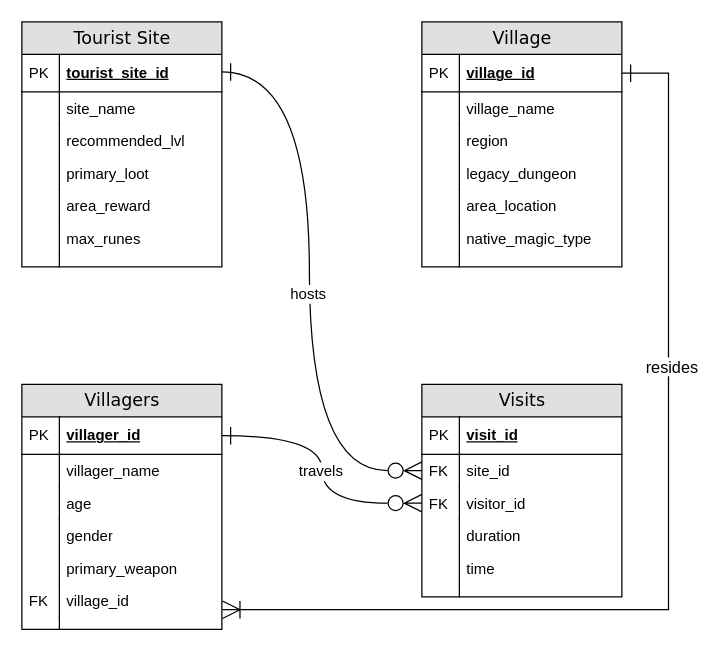
Above: ELDEN RING ERD.drawio in patrickabrena/sql-assignment-3 (draw.io), before the change. Source tidied: cells renumbered, new cells numbered last; positions are measured from the earlier drawing's top-left corner, leaving out a move shared by most shapes. Both pictures are drawn from the tidied source at 125%, with x=0, y=0 at pixel (21, 21).
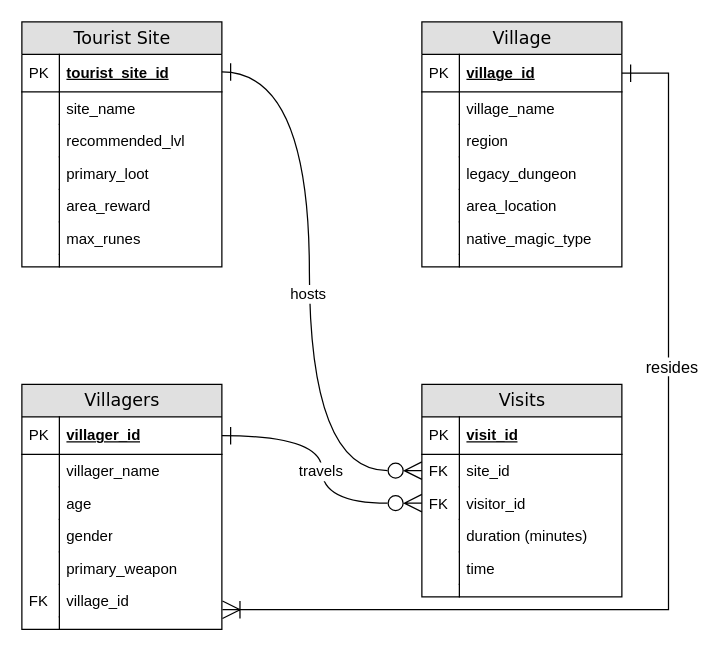
The same diagram, later.

Commit message:
updated duration (minutes)

Unchanged cells that the change refers to:
```xml
<mxCell id="47" value="Visits" style="swimlane;html=1;fontStyle=0;horizontal=1;startSize=26;fillColor=#e0e0e0;swimlaneFillColor=#ffffff;align=center;rounded=0;shadow=0;comic=0;labelBackgroundColor=none;strokeWidth=1;fontFamily=Verdana;fontSize=14;" parent="1" vertex="1">
  <mxGeometry x="320" y="290" width="160" height="170" as="geometry" />
</mxCell>
```

Diff of the diagram source:
```diff
@@
-    <mxCell id="54" value="duration" style="shape=partialRectangle;top=0;left=0;right=0;bottom=0;html=1;align=left;verticalAlign=top;fillColor=none;spacingLeft=34;spacingRight=4;whiteSpace=wrap;overflow=hidden;" parent="47" vertex="1">
+    <mxCell id="54" value="&lt;div&gt;duration (minutes)&lt;/div&gt;&lt;div&gt;&lt;br&gt;&lt;/div&gt;" style="shape=partialRectangle;top=0;left=0;right=0;bottom=0;html=1;align=left;verticalAlign=top;fillColor=none;spacingLeft=34;spacingRight=4;whiteSpace=wrap;overflow=hidden;" parent="47" vertex="1">
       <mxGeometry y="108" width="160" height="26" as="geometry" />
     </mxCell>
```
